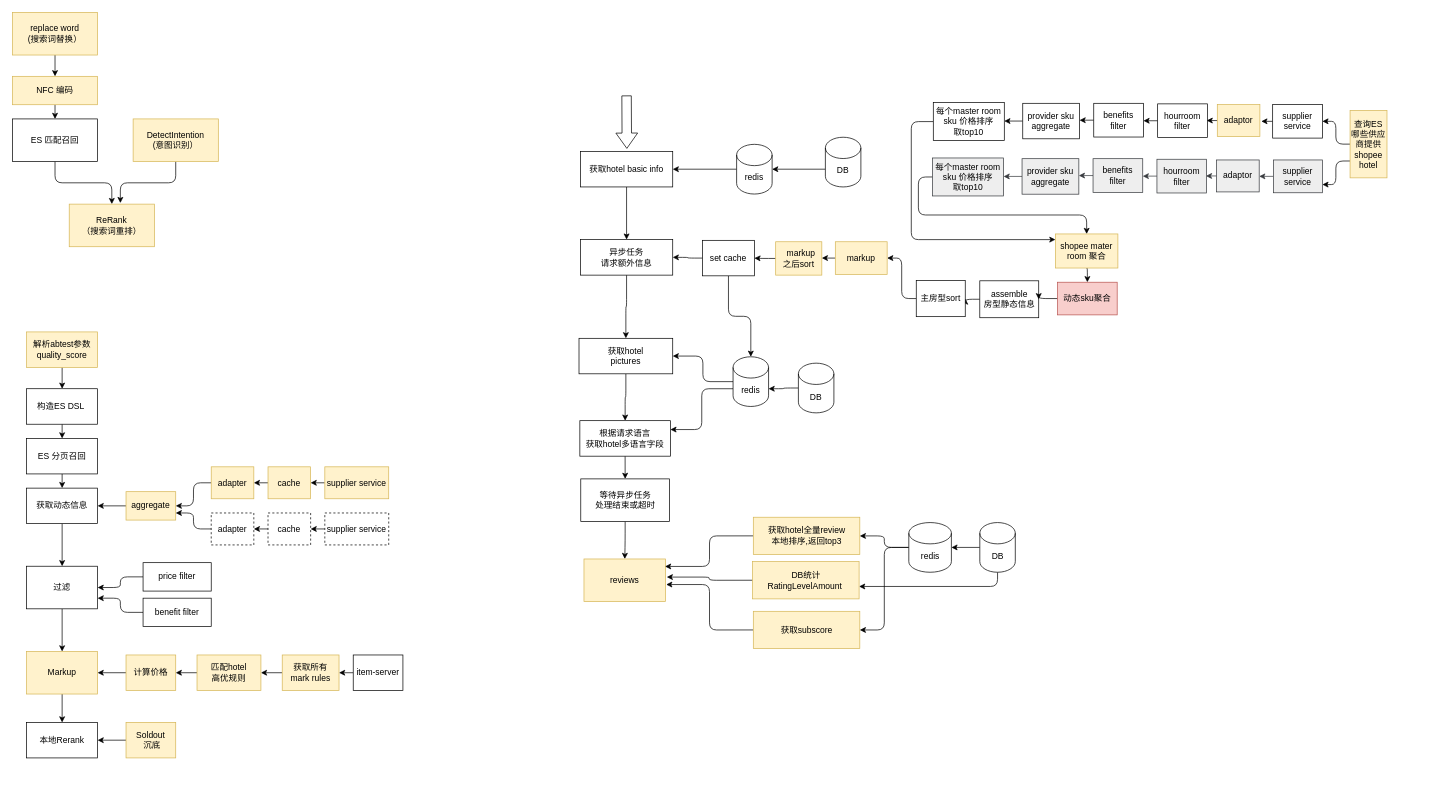
Before: source/diagrams/keywords.drawio in wxquare/wxquare.github.io, a draw.io diagram. Source tidied: cells renumbered, new cells numbered last; positions are measured from the earlier drawing's top-left corner, leaving out a move shared by most shapes. Both pictures are drawn from the tidied source at 71%, with x=0, y=0 at pixel (12, 12).
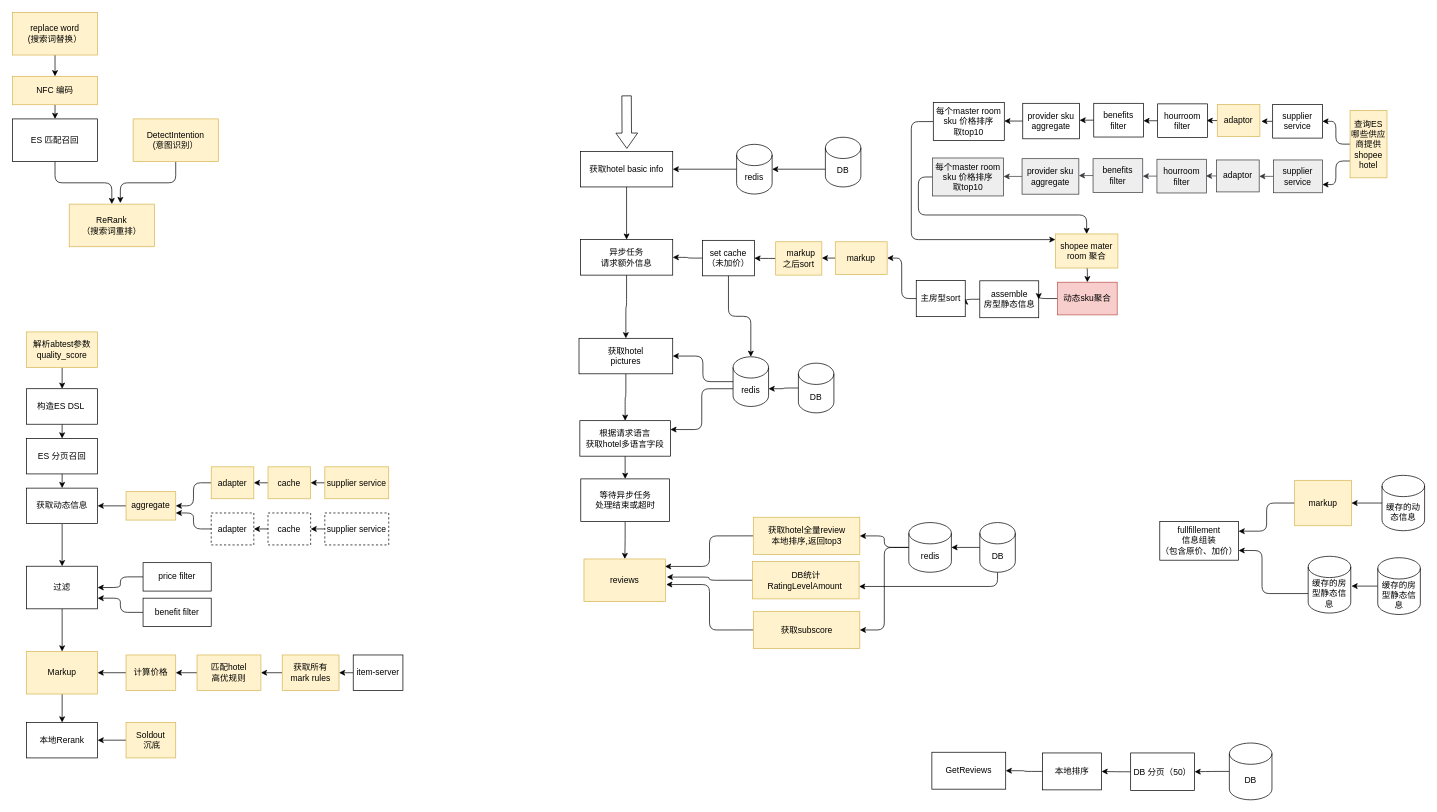
After the change.

Diff of the diagram source:
```diff
@@
-    <mxCell id="120" value="set cache" style="rounded=0;whiteSpace=wrap;html=1;" parent="1" vertex="1">
+    <mxCell id="120" value="set cache&lt;br&gt;（未加价）" style="rounded=0;whiteSpace=wrap;html=1;" parent="1" vertex="1">
       <mxGeometry x="972" y="321" width="73" height="50" as="geometry" />
     </mxCell>
@@
+    <mxCell id="127" value="fullfillement&lt;br&gt;信息组装&lt;br&gt;（包含原价、加价）" style="rounded=0;whiteSpace=wrap;html=1;" parent="1" vertex="1">
+      <mxGeometry x="1616" y="717" width="111" height="54.5" as="geometry" />
+    </mxCell>
+    <mxCell id="128" style="edgeStyle=orthogonalEdgeStyle;rounded=1;jettySize=auto;html=1;exitX=0;exitY=0.5;exitDx=0;exitDy=0;exitPerimeter=0;" parent="1" edge="1" source="129" target="135">
+      <mxGeometry relative="1" as="geometry" />
+    </mxCell>
+    <mxCell id="129" value="缓存的动态信息" style="shape=cylinder3;whiteSpace=wrap;html=1;boundedLbl=1;backgroundOutline=1;size=15;" parent="1" vertex="1">
+      <mxGeometry x="1929" y="652" width="60" height="78" as="geometry" />
+    </mxCell>
+    <mxCell id="130" style="edgeStyle=orthogonalEdgeStyle;rounded=1;jettySize=auto;html=1;exitX=0;exitY=0;exitDx=0;exitDy=52.5;exitPerimeter=0;entryX=1;entryY=0.75;entryDx=0;entryDy=0;" parent="1" edge="1" source="131" target="127">
+      <mxGeometry relative="1" as="geometry">
+        <Array as="points">
+          <mxPoint x="1760" y="819" />
+          <mxPoint x="1760" y="758" />
+        </Array>
+      </mxGeometry>
+    </mxCell>
+    <mxCell id="131" value="缓存的房型静态信息" style="shape=cylinder3;whiteSpace=wrap;html=1;boundedLbl=1;backgroundOutline=1;size=15;" parent="1" vertex="1">
+      <mxGeometry x="1825" y="766" width="60" height="80" as="geometry" />
+    </mxCell>
+    <mxCell id="132" style="edgeStyle=orthogonalEdgeStyle;rounded=1;jettySize=auto;html=1;exitX=0;exitY=0.5;exitDx=0;exitDy=0;exitPerimeter=0;" parent="1" edge="1" source="133">
+      <mxGeometry relative="1" as="geometry">
+        <mxPoint x="1886" y="808" as="targetPoint" />
+      </mxGeometry>
+    </mxCell>
+    <mxCell id="133" value="缓存的房型静态信息" style="shape=cylinder3;whiteSpace=wrap;html=1;boundedLbl=1;backgroundOutline=1;size=15;" parent="1" vertex="1">
+      <mxGeometry x="1923" y="768" width="60" height="80" as="geometry" />
+    </mxCell>
+    <mxCell id="134" style="edgeStyle=orthogonalEdgeStyle;rounded=1;jettySize=auto;html=1;exitX=0;exitY=0.5;exitDx=0;exitDy=0;entryX=1;entryY=0.25;entryDx=0;entryDy=0;" parent="1" edge="1" source="135" target="127">
+      <mxGeometry relative="1" as="geometry" />
+    </mxCell>
+    <mxCell id="135" value="markup" style="rounded=0;whiteSpace=wrap;html=1;fillColor=#fff2cc;strokeColor=#d6b656;" parent="1" vertex="1">
+      <mxGeometry x="1806" y="659" width="80" height="64" as="geometry" />
+    </mxCell>
+    <mxCell id="136" value="GetReviews" style="rounded=0;whiteSpace=wrap;html=1;" parent="1" vertex="1">
+      <mxGeometry x="1295" y="1042" width="104" height="52" as="geometry" />
+    </mxCell>
+    <mxCell id="137" style="edgeStyle=orthogonalEdgeStyle;rounded=1;jettySize=auto;html=1;exitX=0;exitY=0.5;exitDx=0;exitDy=0;exitPerimeter=0;" parent="1" edge="1" source="138" target="140">
+      <mxGeometry relative="1" as="geometry" />
+    </mxCell>
+    <mxCell id="138" value="DB" style="shape=cylinder3;whiteSpace=wrap;html=1;boundedLbl=1;backgroundOutline=1;size=15;" parent="1" vertex="1">
+      <mxGeometry x="1714" y="1029" width="60" height="80" as="geometry" />
+    </mxCell>
+    <mxCell id="139" style="edgeStyle=orthogonalEdgeStyle;rounded=1;jettySize=auto;html=1;exitX=0;exitY=0.5;exitDx=0;exitDy=0;entryX=1;entryY=0.5;entryDx=0;entryDy=0;" parent="1" edge="1" source="140" target="142">
+      <mxGeometry relative="1" as="geometry" />
+    </mxCell>
+    <mxCell id="140" value="DB 分页（50）" style="rounded=0;whiteSpace=wrap;html=1;" parent="1" vertex="1">
+      <mxGeometry x="1575" y="1043" width="90" height="53" as="geometry" />
+    </mxCell>
+    <mxCell id="141" style="edgeStyle=orthogonalEdgeStyle;rounded=1;jettySize=auto;html=1;exitX=0;exitY=0.5;exitDx=0;exitDy=0;" parent="1" edge="1" source="142" target="136">
+      <mxGeometry relative="1" as="geometry" />
+    </mxCell>
+    <mxCell id="142" value="本地排序" style="rounded=0;whiteSpace=wrap;html=1;" parent="1" vertex="1">
+      <mxGeometry x="1451" y="1043" width="83" height="52" as="geometry" />
+    </mxCell>
```
